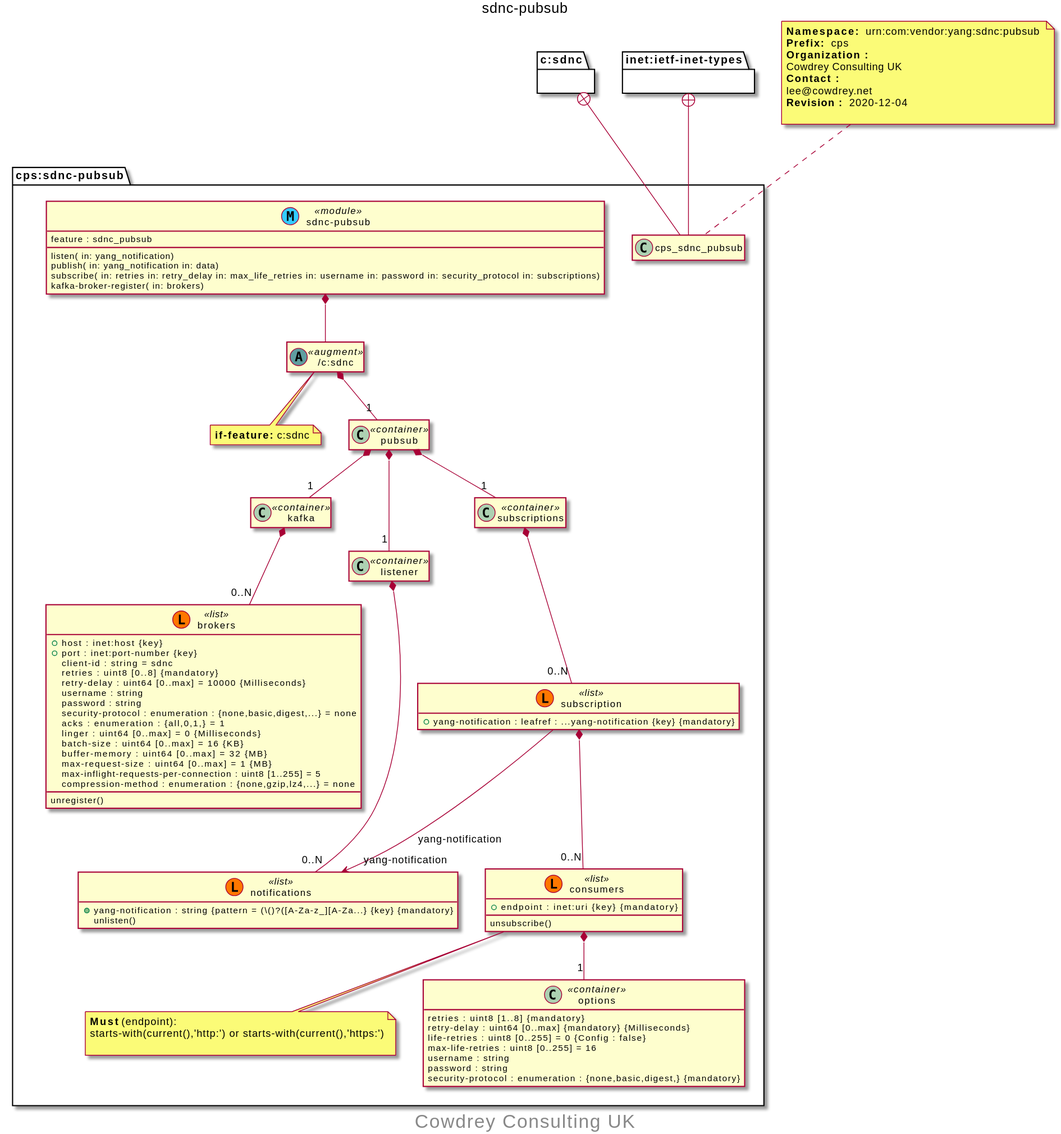
The PlantUML diagram src/doc/img/sdnc-pubsub.svg in seanpm2001/LeeCowdrey_SDNc-YANG, before a commit.
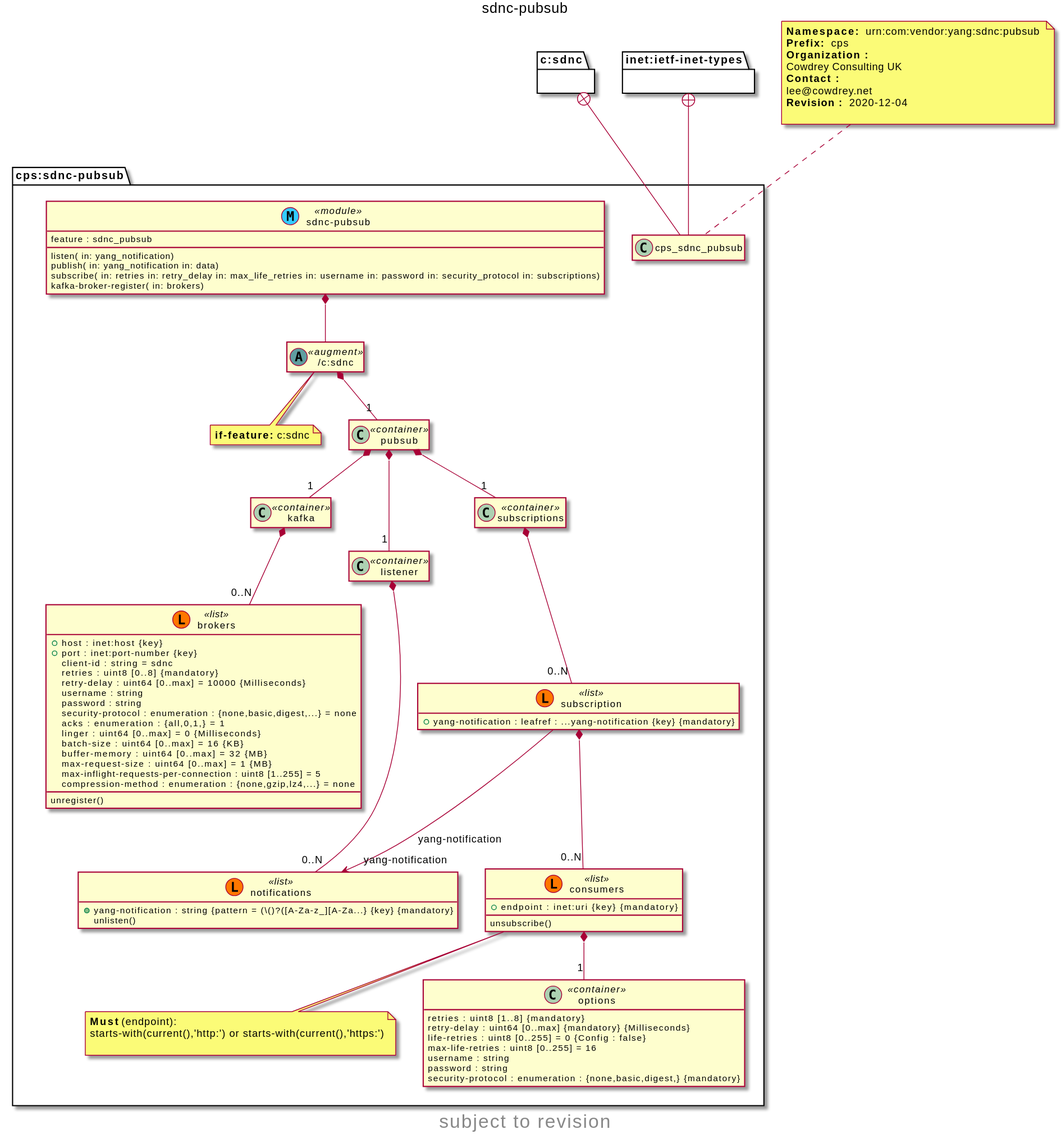
Above is the later version.

What changed in the source:
```diff
@@ -82,6 +82,6 @@
 
 sdnc_I_sdnc_I_pubsub_I_subscriptions_I_subscription-->"yang-notification"sdnc_I_sdnc_I_pubsub_I_listener_I_notifications: yang-notification
 center footer
- <size:24> Cowdrey Consulting UK </size>
+ <size:24> subject to revision </size>
  endfooter
 @enduml
```
